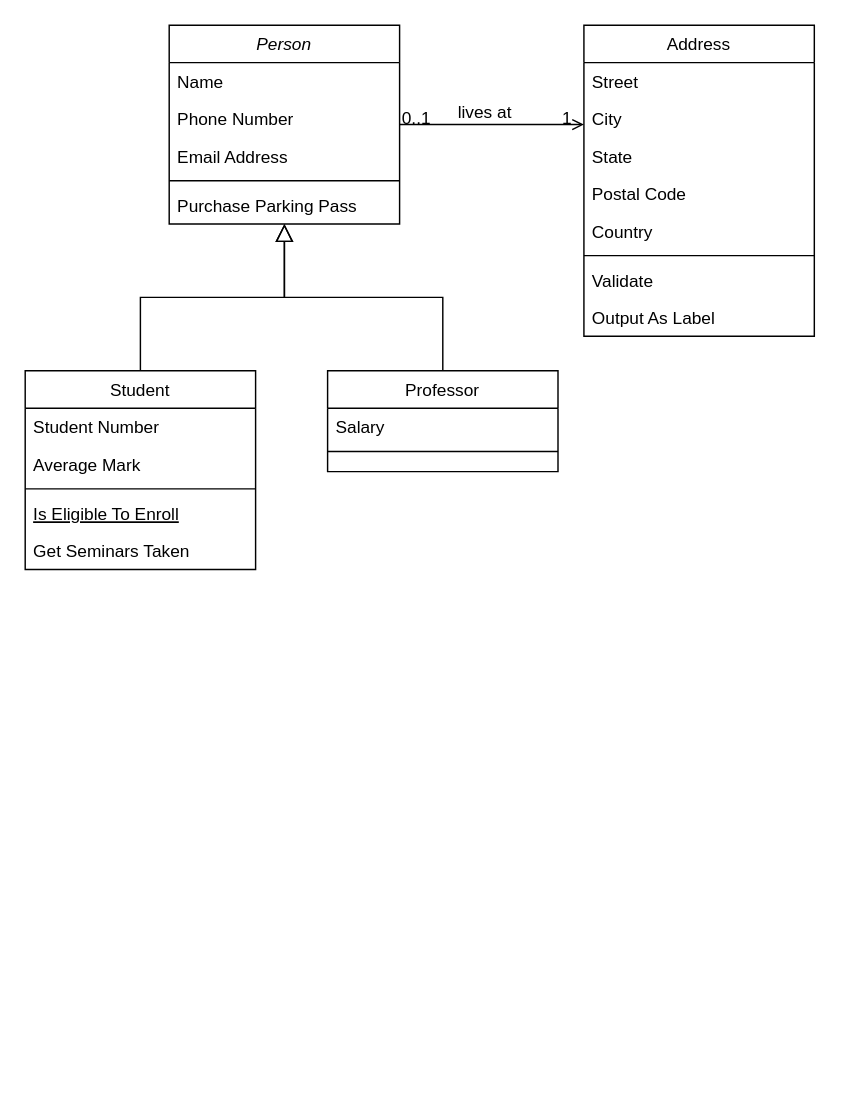
Before: Diagram Tanpa Judul.drawio in silvynrr/CLASS-DIAGRAM, a draw.io diagram. Source tidied: cells renumbered, new cells numbered last; positions are measured from the earlier drawing's top-left corner, leaving out a move shared by most shapes. Both pictures are drawn from the tidied source at 144%, with x=0, y=0 at pixel (24, 24).
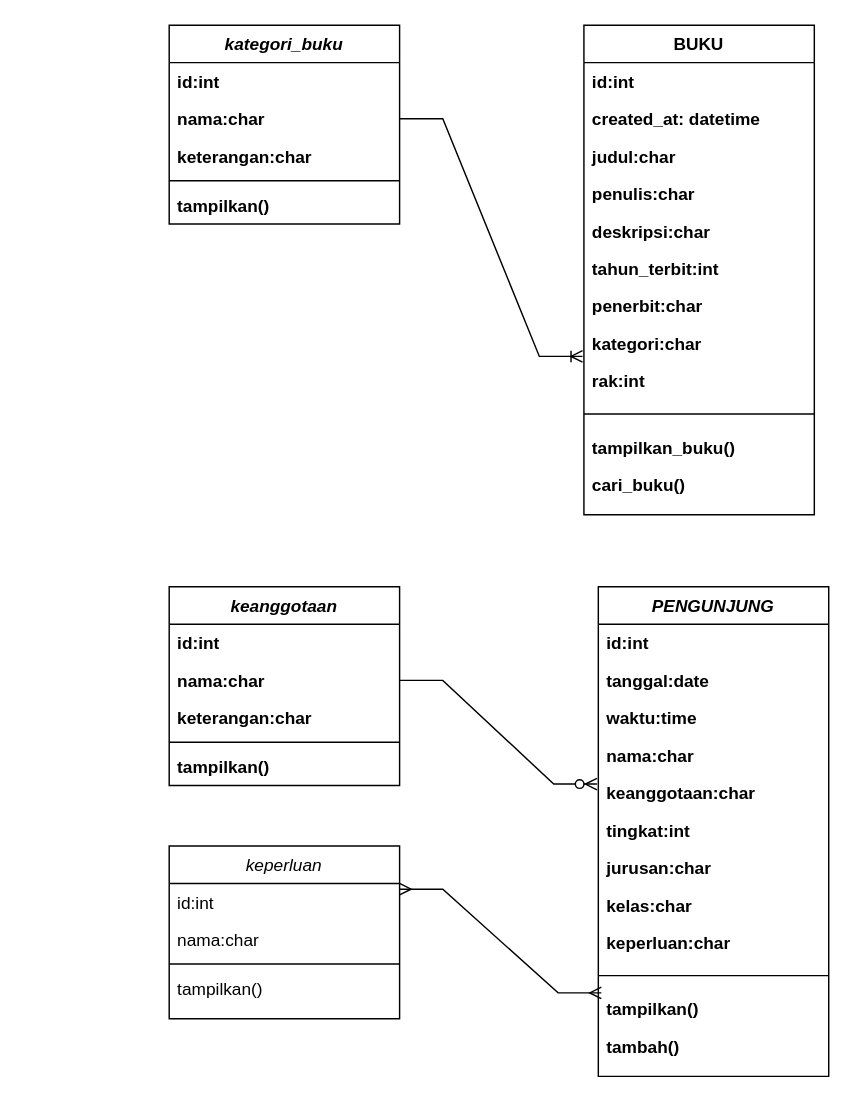
The same diagram, later.

The edit, as a diff of the source:
```diff
@@
-    <mxCell id="2" value="Person" style="swimlane;fontStyle=2;align=center;verticalAlign=top;horizontal=1;startSize=26;rounded=0;shadow=0;strokeWidth=1;" parent="1" vertex="1">
+    <mxCell id="2" value="kategori_buku" style="swimlane;fontStyle=3;align=center;verticalAlign=top;horizontal=1;startSize=26;rounded=0;shadow=0;strokeWidth=1;" parent="1" vertex="1">
       <mxGeometry x="100" width="160" height="138" as="geometry" />
     </mxCell>
-    <mxCell id="3" value="Name" style="text;align=left;verticalAlign=top;spacingLeft=4;spacingRight=4;overflow=hidden;" parent="2" vertex="1">
+    <mxCell id="3" value="id:int" style="text;align=left;verticalAlign=top;spacingLeft=4;spacingRight=4;overflow=hidden;fontStyle=1;" parent="2" vertex="1">
       <mxGeometry y="26" width="160" height="26" as="geometry" />
     </mxCell>
-    <mxCell id="4" value="Phone Number" style="text;align=left;verticalAlign=top;spacingLeft=4;spacingRight=4;overflow=hidden;points=[[0,0.5],[1,0.5]];portConstraint=eastwest;rounded=0;shadow=0;html=0;" parent="2" vertex="1">
+    <mxCell id="4" value="nama:char" style="text;align=left;verticalAlign=top;spacingLeft=4;spacingRight=4;overflow=hidden;points=[[0,0.5],[1,0.5]];portConstraint=eastwest;rounded=0;shadow=0;html=0;fontStyle=1;" parent="2" vertex="1">
       <mxGeometry y="52" width="160" height="26" as="geometry" />
     </mxCell>
-    <mxCell id="5" value="Email Address" style="text;align=left;verticalAlign=top;spacingLeft=4;spacingRight=4;overflow=hidden;rounded=0;shadow=0;html=0;" parent="2" vertex="1">
+    <mxCell id="5" value="keterangan:char" style="text;align=left;verticalAlign=top;spacingLeft=4;spacingRight=4;overflow=hidden;rounded=0;shadow=0;html=0;fontStyle=1;" parent="2" vertex="1">
       <mxGeometry y="78" width="160" height="26" as="geometry" />
     </mxCell>
@@
-    <mxCell id="7" value="Purchase Parking Pass" style="text;align=left;verticalAlign=top;spacingLeft=4;spacingRight=4;overflow=hidden;" parent="2" vertex="1">
+    <mxCell id="7" value="tampilkan()" style="text;align=left;verticalAlign=top;spacingLeft=4;spacingRight=4;overflow=hidden;fontStyle=1;" parent="2" vertex="1">
       <mxGeometry y="112" width="160" height="26" as="geometry" />
     </mxCell>
-    <mxCell id="8" value="Student" style="swimlane;fontStyle=0;align=center;verticalAlign=top;horizontal=1;startSize=26;rounded=0;shadow=0;strokeWidth=1;" parent="1" vertex="1">
-      <mxGeometry y="240" width="160" height="138" as="geometry" />
+    <mxCell id="8" value="keperluan" style="swimlane;fontStyle=2;align=center;verticalAlign=top;horizontal=1;startSize=26;rounded=0;shadow=0;strokeWidth=1;" parent="1" vertex="1">
+      <mxGeometry x="100" y="570" width="160" height="120" as="geometry" />
     </mxCell>
-    <mxCell id="9" value="Student Number" style="text;align=left;verticalAlign=top;spacingLeft=4;spacingRight=4;overflow=hidden;" parent="8" vertex="1">
+    <mxCell id="9" value="id:int" style="text;align=left;verticalAlign=top;spacingLeft=4;spacingRight=4;overflow=hidden;" parent="8" vertex="1">
       <mxGeometry y="26" width="160" height="26" as="geometry" />
     </mxCell>
-    <mxCell id="10" value="Average Mark" style="text;align=left;verticalAlign=top;spacingLeft=4;spacingRight=4;overflow=hidden;rounded=0;shadow=0;html=0;" parent="8" vertex="1">
+    <mxCell id="10" value="nama:char" style="text;align=left;verticalAlign=top;spacingLeft=4;spacingRight=4;overflow=hidden;rounded=0;shadow=0;html=0;" parent="8" vertex="1">
       <mxGeometry y="52" width="160" height="26" as="geometry" />
     </mxCell>
@@
-    <mxCell id="12" value="Is Eligible To Enroll" style="text;align=left;verticalAlign=top;spacingLeft=4;spacingRight=4;overflow=hidden;fontStyle=4;" parent="8" vertex="1">
-      <mxGeometry y="86" width="160" height="26" as="geometry" />
-    </mxCell>
-    <mxCell id="13" value="Get Seminars Taken" style="text;align=left;verticalAlign=top;spacingLeft=4;spacingRight=4;overflow=hidden;" parent="8" vertex="1">
-      <mxGeometry y="112" width="160" height="26" as="geometry" />
+    <mxCell id="13" value="tampilkan()" style="text;align=left;verticalAlign=top;spacingLeft=4;spacingRight=4;overflow=hidden;" parent="8" vertex="1">
+      <mxGeometry y="86" width="160" height="26" as="geometry" />
     </mxCell>
-    <mxCell id="14" style="endArrow=block;endSize=10;endFill=0;shadow=0;strokeWidth=1;rounded=0;edgeStyle=elbowEdgeStyle;elbow=vertical;" parent="1" edge="1" source="8" target="2">
-      <mxGeometry relative="1" as="geometry" />
-    </mxCell>
-    <mxCell id="15" value="Professor" style="swimlane;fontStyle=0;align=center;verticalAlign=top;horizontal=1;startSize=26;rounded=0;shadow=0;strokeWidth=1;" parent="1" vertex="1">
-      <mxGeometry x="210" y="240" width="160" height="70" as="geometry" />
-    </mxCell>
-    <mxCell id="16" value="Salary" style="text;align=left;verticalAlign=top;spacingLeft=4;spacingRight=4;overflow=hidden;" parent="15" vertex="1">
-      <mxGeometry y="26" width="160" height="26" as="geometry" />
-    </mxCell>
-    <mxCell id="17" style="line;html=1;strokeWidth=1;align=left;verticalAlign=middle;spacingTop=-1;spacingLeft=3;spacingRight=3;labelPosition=right;" parent="15" vertex="1">
-      <mxGeometry y="52" width="160" height="8" as="geometry" />
-    </mxCell>
-    <mxCell id="18" style="endArrow=block;endSize=10;endFill=0;shadow=0;strokeWidth=1;rounded=0;edgeStyle=elbowEdgeStyle;elbow=vertical;" parent="1" edge="1" source="15" target="2">
-      <mxGeometry relative="1" as="geometry" />
-    </mxCell>
-    <mxCell id="19" value="Address" style="swimlane;fontStyle=0;align=center;verticalAlign=top;horizontal=1;startSize=26;rounded=0;shadow=0;strokeWidth=1;" parent="1" vertex="1">
-      <mxGeometry x="388" width="160" height="216" as="geometry" />
+    <mxCell id="19" value="BUKU" style="swimlane;fontStyle=1;align=center;verticalAlign=top;horizontal=1;startSize=26;rounded=0;shadow=0;strokeWidth=1;" parent="1" vertex="1">
+      <mxGeometry x="388" width="160" height="340" as="geometry" />
     </mxCell>
-    <mxCell id="20" value="Street" style="text;align=left;verticalAlign=top;spacingLeft=4;spacingRight=4;overflow=hidden;" parent="19" vertex="1">
+    <mxCell id="20" value="id:int" style="text;align=left;verticalAlign=top;spacingLeft=4;spacingRight=4;overflow=hidden;fontStyle=1;" parent="19" vertex="1">
       <mxGeometry y="26" width="160" height="26" as="geometry" />
     </mxCell>
-    <mxCell id="21" value="City" style="text;align=left;verticalAlign=top;spacingLeft=4;spacingRight=4;overflow=hidden;rounded=0;shadow=0;html=0;" parent="19" vertex="1">
+    <mxCell id="21" value="created_at: datetime" style="text;align=left;verticalAlign=top;spacingLeft=4;spacingRight=4;overflow=hidden;rounded=0;shadow=0;html=0;fontStyle=1;" parent="19" vertex="1">
       <mxGeometry y="52" width="160" height="26" as="geometry" />
     </mxCell>
-    <mxCell id="22" value="State" style="text;align=left;verticalAlign=top;spacingLeft=4;spacingRight=4;overflow=hidden;rounded=0;shadow=0;html=0;" parent="19" vertex="1">
+    <mxCell id="22" value="judul:char" style="text;align=left;verticalAlign=top;spacingLeft=4;spacingRight=4;overflow=hidden;rounded=0;shadow=0;html=0;fontStyle=1;" parent="19" vertex="1">
       <mxGeometry y="78" width="160" height="26" as="geometry" />
     </mxCell>
-    <mxCell id="23" value="Postal Code" style="text;align=left;verticalAlign=top;spacingLeft=4;spacingRight=4;overflow=hidden;rounded=0;shadow=0;html=0;" parent="19" vertex="1">
+    <mxCell id="23" value="penulis:char" style="text;align=left;verticalAlign=top;spacingLeft=4;spacingRight=4;overflow=hidden;rounded=0;shadow=0;html=0;fontStyle=1;" parent="19" vertex="1">
       <mxGeometry y="104" width="160" height="26" as="geometry" />
     </mxCell>
-    <mxCell id="24" value="Country" style="text;align=left;verticalAlign=top;spacingLeft=4;spacingRight=4;overflow=hidden;rounded=0;shadow=0;html=0;" parent="19" vertex="1">
+    <mxCell id="24" value="deskripsi:char" style="text;align=left;verticalAlign=top;spacingLeft=4;spacingRight=4;overflow=hidden;rounded=0;shadow=0;html=0;fontStyle=1;" parent="19" vertex="1">
       <mxGeometry y="130" width="160" height="26" as="geometry" />
     </mxCell>
+    <mxCell id="26" value="tahun_terbit:int" style="text;align=left;verticalAlign=top;spacingLeft=4;spacingRight=4;overflow=hidden;fontStyle=1;" parent="19" vertex="1">
+      <mxGeometry y="156" width="160" height="26" as="geometry" />
+    </mxCell>
+    <mxCell id="32" value="penerbit:char" style="text;align=left;verticalAlign=top;spacingLeft=4;spacingRight=4;overflow=hidden;rounded=0;shadow=0;html=0;fontStyle=1;" parent="19" vertex="1">
+      <mxGeometry y="182" width="160" height="26" as="geometry" />
+    </mxCell>
+    <mxCell id="33" value="kategori:char" style="text;align=left;verticalAlign=top;spacingLeft=4;spacingRight=4;overflow=hidden;rounded=0;shadow=0;html=0;fontStyle=1;" parent="19" vertex="1">
+      <mxGeometry y="208" width="160" height="26" as="geometry" />
+    </mxCell>
+    <mxCell id="34" value="rak:int" style="text;align=left;verticalAlign=top;spacingLeft=4;spacingRight=4;overflow=hidden;points=[[0,0.5],[1,0.5]];portConstraint=eastwest;rounded=0;shadow=0;html=0;fontStyle=1;" parent="19" vertex="1">
+      <mxGeometry y="234" width="160" height="26" as="geometry" />
+    </mxCell>
     <mxCell id="25" style="line;html=1;strokeWidth=1;align=left;verticalAlign=middle;spacingTop=-1;spacingLeft=3;spacingRight=3;labelPosition=right;" parent="19" vertex="1">
-      <mxGeometry y="156" width="160" height="8" as="geometry" />
+      <mxGeometry y="260" width="160" height="20" as="geometry" />
     </mxCell>
-    <mxCell id="26" value="Validate" style="text;align=left;verticalAlign=top;spacingLeft=4;spacingRight=4;overflow=hidden;" parent="19" vertex="1">
-      <mxGeometry y="164" width="160" height="26" as="geometry" />
-    </mxCell>
-    <mxCell id="27" value="Output As Label" style="text;align=left;verticalAlign=top;spacingLeft=4;spacingRight=4;overflow=hidden;" parent="19" vertex="1">
-      <mxGeometry y="190" width="160" height="26" as="geometry" />
-    </mxCell>
-    <mxCell id="28" style="endArrow=open;shadow=0;strokeWidth=1;rounded=0;endFill=1;edgeStyle=elbowEdgeStyle;elbow=vertical;" parent="1" edge="1" source="2" target="19">
-      <mxGeometry x="0.5" y="41" relative="1" as="geometry">
-        <mxPoint x="-40" y="32" as="offset" />
-      </mxGeometry>
-    </mxCell>
-    <mxCell id="29" value="0..1" style="align=left;verticalAlign=bottom;labelBackgroundColor=none;fontSize=12;" parent="28" vertex="1">
-      <mxGeometry x="-1" relative="1" as="geometry">
-        <mxPoint y="4" as="offset" />
-      </mxGeometry>
-    </mxCell>
-    <mxCell id="30" value="1" style="align=right;verticalAlign=bottom;labelBackgroundColor=none;fontSize=12;" parent="28" vertex="1">
-      <mxGeometry x="1" relative="1" as="geometry">
-        <mxPoint x="-7" y="4" as="offset" />
-      </mxGeometry>
-    </mxCell>
-    <mxCell id="31" value="lives at" style="text;html=1;align=center;verticalAlign=middle;labelBackgroundColor=none;rounded=0;shadow=0;strokeWidth=1;fontSize=12;" parent="28" vertex="1">
-      <mxGeometry x="0.5" y="49" relative="1" as="geometry">
-        <mxPoint x="-38" y="40" as="offset" />
-      </mxGeometry>
-    </mxCell>
+    <mxCell id="35" value="tampilkan_buku()" style="text;align=left;verticalAlign=top;spacingLeft=4;spacingRight=4;overflow=hidden;rounded=0;shadow=0;html=0;fontStyle=1;" parent="19" vertex="1">
+      <mxGeometry y="280" width="160" height="26" as="geometry" />
+    </mxCell>
+    <mxCell id="36" value="cari_buku()" style="text;align=left;verticalAlign=top;spacingLeft=4;spacingRight=4;overflow=hidden;rounded=0;shadow=0;html=0;fontStyle=1;" parent="19" vertex="1">
+      <mxGeometry y="306" width="160" height="26" as="geometry" />
+    </mxCell>
+    <mxCell id="37" value="PENGUNJUNG" style="swimlane;fontStyle=3;align=center;verticalAlign=top;horizontal=1;startSize=26;rounded=0;shadow=0;strokeWidth=1;" parent="1" vertex="1">
+      <mxGeometry x="398" y="390" width="160" height="340" as="geometry" />
+    </mxCell>
+    <mxCell id="38" value="id:int" style="text;align=left;verticalAlign=top;spacingLeft=4;spacingRight=4;overflow=hidden;fontStyle=1;" parent="37" vertex="1">
+      <mxGeometry y="26" width="160" height="26" as="geometry" />
+    </mxCell>
+    <mxCell id="39" value="tanggal:date" style="text;align=left;verticalAlign=top;spacingLeft=4;spacingRight=4;overflow=hidden;rounded=0;shadow=0;html=0;fontStyle=1;" parent="37" vertex="1">
+      <mxGeometry y="52" width="160" height="26" as="geometry" />
+    </mxCell>
+    <mxCell id="40" value="waktu:time" style="text;align=left;verticalAlign=top;spacingLeft=4;spacingRight=4;overflow=hidden;rounded=0;shadow=0;html=0;fontStyle=1;" parent="37" vertex="1">
+      <mxGeometry y="78" width="160" height="26" as="geometry" />
+    </mxCell>
+    <mxCell id="41" value="nama:char" style="text;align=left;verticalAlign=top;spacingLeft=4;spacingRight=4;overflow=hidden;rounded=0;shadow=0;html=0;fontStyle=1;" parent="37" vertex="1">
+      <mxGeometry y="104" width="160" height="26" as="geometry" />
+    </mxCell>
+    <mxCell id="42" value="keanggotaan:char" style="text;align=left;verticalAlign=top;spacingLeft=4;spacingRight=4;overflow=hidden;points=[[0,0.5],[1,0.5]];portConstraint=eastwest;rounded=0;shadow=0;html=0;fontStyle=1;" parent="37" vertex="1">
+      <mxGeometry y="130" width="160" height="26" as="geometry" />
+    </mxCell>
+    <mxCell id="43" value="tingkat:int" style="text;align=left;verticalAlign=top;spacingLeft=4;spacingRight=4;overflow=hidden;fontStyle=1;" parent="37" vertex="1">
+      <mxGeometry y="156" width="160" height="26" as="geometry" />
+    </mxCell>
+    <mxCell id="44" value="jurusan:char" style="text;align=left;verticalAlign=top;spacingLeft=4;spacingRight=4;overflow=hidden;rounded=0;shadow=0;html=0;fontStyle=1;" parent="37" vertex="1">
+      <mxGeometry y="182" width="160" height="26" as="geometry" />
+    </mxCell>
+    <mxCell id="45" value="kelas:char" style="text;align=left;verticalAlign=top;spacingLeft=4;spacingRight=4;overflow=hidden;rounded=0;shadow=0;html=0;fontStyle=1;" parent="37" vertex="1">
+      <mxGeometry y="208" width="160" height="26" as="geometry" />
+    </mxCell>
+    <mxCell id="46" value="keperluan:char" style="text;align=left;verticalAlign=top;spacingLeft=4;spacingRight=4;overflow=hidden;rounded=0;shadow=0;html=0;fontStyle=1;" parent="37" vertex="1">
+      <mxGeometry y="234" width="160" height="26" as="geometry" />
+    </mxCell>
+    <mxCell id="47" style="line;html=1;strokeWidth=1;align=left;verticalAlign=middle;spacingTop=-1;spacingLeft=3;spacingRight=3;labelPosition=right;" parent="37" vertex="1">
+      <mxGeometry y="260" width="160" height="20" as="geometry" />
+    </mxCell>
+    <mxCell id="48" value="tampilkan()" style="text;align=left;verticalAlign=top;spacingLeft=4;spacingRight=4;overflow=hidden;points=[[0,0.5],[1,0.5]];portConstraint=eastwest;rounded=0;shadow=0;html=0;fontStyle=1;" parent="37" vertex="1">
+      <mxGeometry y="280" width="160" height="26" as="geometry" />
+    </mxCell>
+    <mxCell id="49" value="tambah()" style="text;align=left;verticalAlign=top;spacingLeft=4;spacingRight=4;overflow=hidden;rounded=0;shadow=0;html=0;fontStyle=1;" parent="37" vertex="1">
+      <mxGeometry y="306" width="160" height="26" as="geometry" />
+    </mxCell>
+    <mxCell id="50" value="keanggotaan" style="swimlane;fontStyle=3;align=center;verticalAlign=top;horizontal=1;startSize=26;rounded=0;shadow=0;strokeWidth=1;" parent="1" vertex="1">
+      <mxGeometry x="100" y="390" width="160" height="138" as="geometry" />
+    </mxCell>
+    <mxCell id="51" value="id:int" style="text;align=left;verticalAlign=top;spacingLeft=4;spacingRight=4;overflow=hidden;fontStyle=1;" parent="50" vertex="1">
+      <mxGeometry y="26" width="160" height="26" as="geometry" />
+    </mxCell>
+    <mxCell id="52" value="nama:char" style="text;align=left;verticalAlign=top;spacingLeft=4;spacingRight=4;overflow=hidden;points=[[0,0.5],[1,0.5]];portConstraint=eastwest;rounded=0;shadow=0;html=0;fontStyle=1;" parent="50" vertex="1">
+      <mxGeometry y="52" width="160" height="26" as="geometry" />
+    </mxCell>
+    <mxCell id="53" value="keterangan:char" style="text;align=left;verticalAlign=top;spacingLeft=4;spacingRight=4;overflow=hidden;rounded=0;shadow=0;html=0;fontStyle=1;" parent="50" vertex="1">
+      <mxGeometry y="78" width="160" height="26" as="geometry" />
+    </mxCell>
+    <mxCell id="54" style="line;html=1;strokeWidth=1;align=left;verticalAlign=middle;spacingTop=-1;spacingLeft=3;spacingRight=3;labelPosition=right;" parent="50" vertex="1">
+      <mxGeometry y="104" width="160" height="8" as="geometry" />
+    </mxCell>
+    <mxCell id="55" value="tampilkan()" style="text;align=left;verticalAlign=top;spacingLeft=4;spacingRight=4;overflow=hidden;fontStyle=1;" parent="50" vertex="1">
+      <mxGeometry y="112" width="160" height="26" as="geometry" />
+    </mxCell>
+    <mxCell id="56" style="edgeStyle=entityRelationEdgeStyle;fontSize=12;html=1;endArrow=ERzeroToMany;endFill=1;rounded=0;exitX=1;exitY=0.5;exitDx=0;exitDy=0;entryX=-0.006;entryY=0.269;entryDx=0;entryDy=0;entryPerimeter=0;" parent="1" edge="1" source="52" target="42">
+      <mxGeometry relative="1" as="geometry" />
+    </mxCell>
+    <mxCell id="57" style="edgeStyle=entityRelationEdgeStyle;fontSize=12;html=1;endArrow=ERmany;startArrow=ERmany;rounded=0;entryX=0.013;entryY=0.077;entryDx=0;entryDy=0;exitX=1;exitY=0.25;exitDx=0;exitDy=0;entryPerimeter=0;" parent="1" edge="1" source="8" target="48">
+      <mxGeometry relative="1" as="geometry" />
+    </mxCell>
+    <mxCell id="58" style="edgeStyle=entityRelationEdgeStyle;fontSize=12;html=1;endArrow=ERoneToMany;rounded=0;exitX=1;exitY=0.5;exitDx=0;exitDy=0;entryX=-0.006;entryY=-0.154;entryDx=0;entryDy=0;entryPerimeter=0;" parent="1" edge="1" source="4" target="34">
+      <mxGeometry relative="1" as="geometry" />
+    </mxCell>
```
